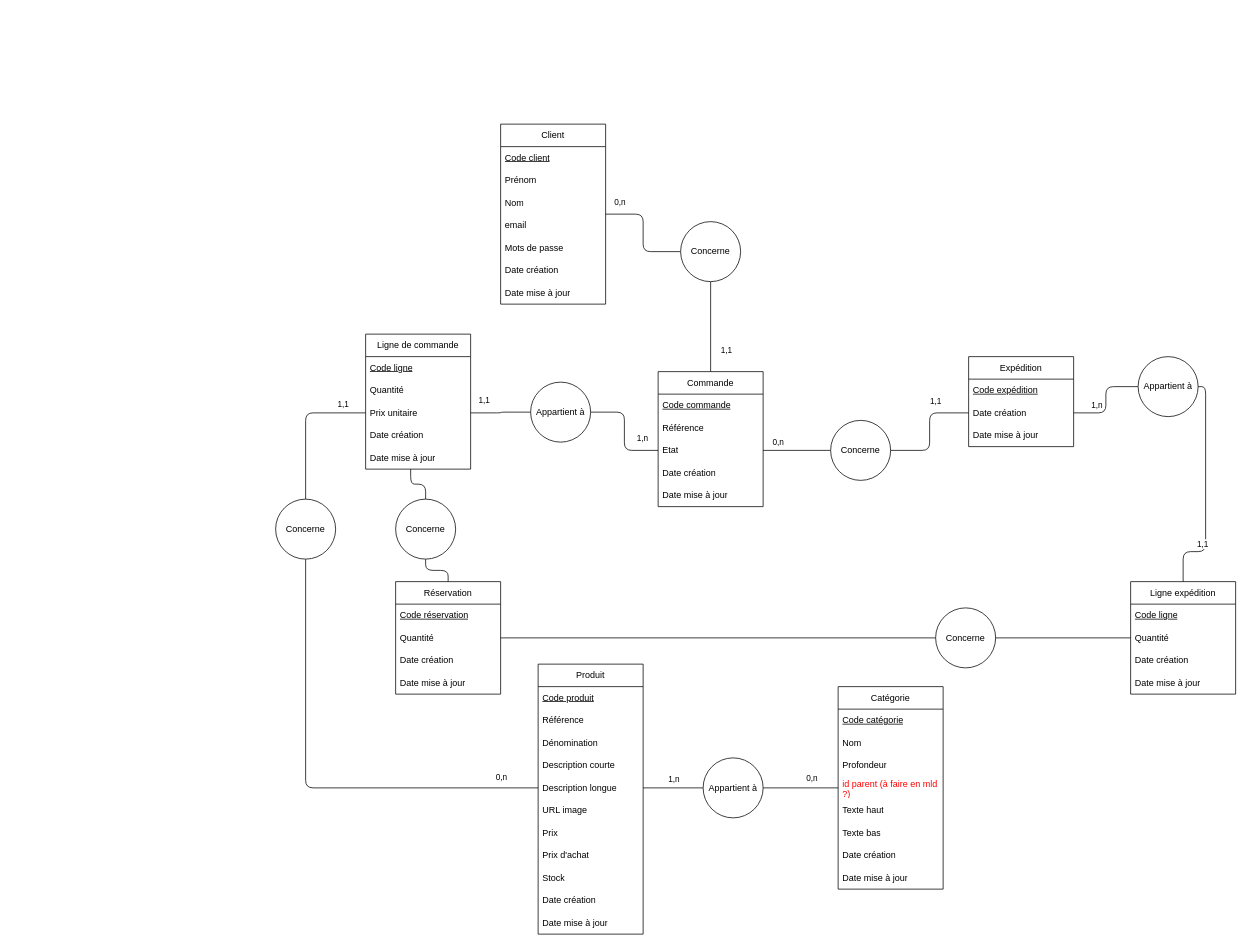
Romain-NAVARRO-83/Grid-Commerce keeps this draw.io diagram as doc/mcd.drawio. Above is the earlier version. Source tidied: cells renumbered, new cells numbered last; positions are measured from the earlier drawing's top-left corner, leaving out a move shared by most shapes. Both pictures are drawn from the tidied source at 75%, with x=0, y=0 at pixel (275, 124).
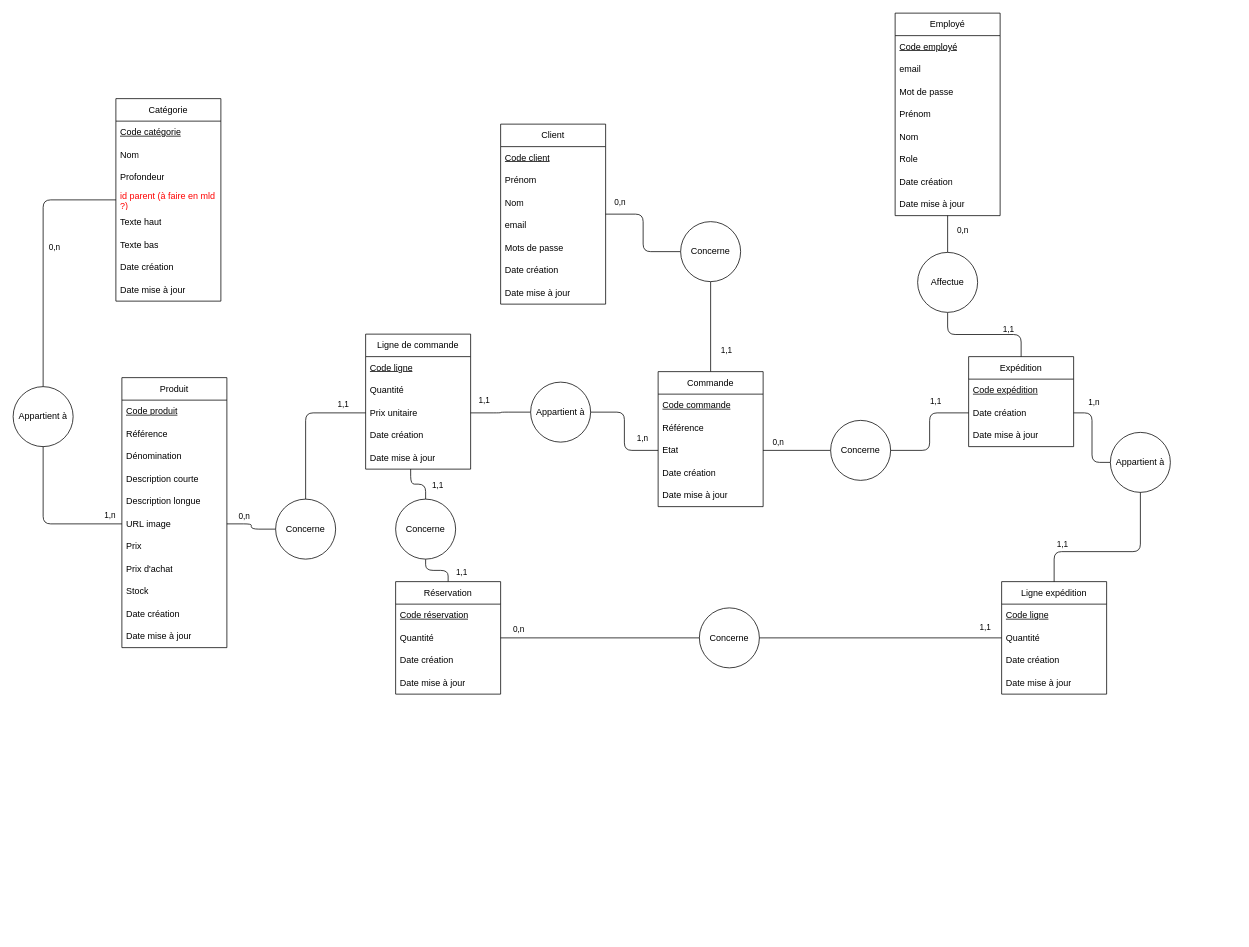
The same diagram, later.

Unchanged cells that the change refers to:
```xml
<mxCell id="7" value="Description longue" style="text;strokeColor=none;fillColor=none;align=left;verticalAlign=middle;spacingLeft=4;spacingRight=4;overflow=hidden;points=[[0,0.5],[1,0.5]];portConstraint=eastwest;whiteSpace=wrap;html=1;" parent="2" vertex="1">
  <mxGeometry y="150" width="140" height="30" as="geometry" />
</mxCell>
<mxCell id="8" value="URL image" style="text;strokeColor=none;fillColor=none;align=left;verticalAlign=middle;spacingLeft=4;spacingRight=4;overflow=hidden;points=[[0,0.5],[1,0.5]];portConstraint=eastwest;whiteSpace=wrap;html=1;" parent="2" vertex="1">
  <mxGeometry y="180" width="140" height="30" as="geometry" />
</mxCell>
<mxCell id="47" value="Expédition" style="swimlane;fontStyle=0;horizontal=1;startSize=30;whiteSpace=wrap;html=1;" parent="1" vertex="1">
  <mxGeometry x="924" y="310" width="140" height="120" as="geometry" />
</mxCell>
<mxCell id="61" style="edgeStyle=orthogonalEdgeStyle;html=1;exitX=0;exitY=0.5;exitDx=0;exitDy=0;entryX=1;entryY=0.5;entryDx=0;entryDy=0;endArrow=none;endFill=0;" parent="1" edge="1" source="63" target="49">
  <mxGeometry relative="1" as="geometry" />
</mxCell>
<mxCell id="79" value="Concerne" style="ellipse;whiteSpace=wrap;html=1;" parent="1" vertex="1">
  <mxGeometry y="500" width="80" height="80" as="geometry" />
</mxCell>
<mxCell id="82" style="edgeStyle=orthogonalEdgeStyle;html=1;exitX=0.5;exitY=0;exitDx=0;exitDy=0;entryX=0.5;entryY=1;entryDx=0;entryDy=0;endArrow=none;endFill=0;" parent="1" edge="1" source="83" target="92">
  <mxGeometry relative="1" as="geometry" />
</mxCell>
<mxCell id="88" style="edgeStyle=orthogonalEdgeStyle;html=1;exitX=0;exitY=0.5;exitDx=0;exitDy=0;entryX=1;entryY=0.5;entryDx=0;entryDy=0;endArrow=none;endFill=0;" parent="1" edge="1" source="89" target="85">
  <mxGeometry relative="1" as="geometry" />
</mxCell>
<mxCell id="90" style="edgeStyle=orthogonalEdgeStyle;html=1;exitX=0;exitY=0.5;exitDx=0;exitDy=0;entryX=1;entryY=0.5;entryDx=0;entryDy=0;endArrow=none;endFill=0;" parent="1" edge="1" source="53" target="89">
  <mxGeometry relative="1" as="geometry" />
</mxCell>
<mxCell id="91" style="edgeStyle=orthogonalEdgeStyle;html=1;exitX=0.5;exitY=0;exitDx=0;exitDy=0;entryX=0.429;entryY=1;entryDx=0;entryDy=0;entryPerimeter=0;endArrow=none;endFill=0;" parent="1" edge="1" source="92" target="46">
  <mxGeometry relative="1" as="geometry" />
</mxCell>
```

Diff of the diagram source:
```diff
@@
     <mxCell id="2" value="Produit" style="swimlane;fontStyle=0;horizontal=1;startSize=30;whiteSpace=wrap;html=1;" parent="1" vertex="1">
-      <mxGeometry x="350" y="720" width="140" height="360" as="geometry" />
+      <mxGeometry x="-205" y="338" width="140" height="360" as="geometry" />
     </mxCell>
@@
     <mxCell id="16" value="Catégorie" style="swimlane;fontStyle=0;horizontal=1;startSize=30;whiteSpace=wrap;html=1;" parent="1" vertex="1">
-      <mxGeometry x="750" y="750" width="140" height="270" as="geometry" />
+      <mxGeometry x="-213" y="-34" width="140" height="270" as="geometry" />
     </mxCell>
@@
     <mxCell id="51" value="Ligne expédition" style="swimlane;fontStyle=0;horizontal=1;startSize=30;whiteSpace=wrap;html=1;" parent="1" vertex="1">
-      <mxGeometry x="1140" y="610" width="140" height="150" as="geometry" />
+      <mxGeometry x="968" y="610" width="140" height="150" as="geometry" />
     </mxCell>
@@
     <mxCell id="62" value="1,n" style="edgeLabel;html=1;align=center;verticalAlign=middle;" parent="61" vertex="1">
       <mxGeometry x="0.5" y="-2" relative="1" as="geometry">
-        <mxPoint y="-9" as="offset" />
+        <mxPoint y="-19" as="offset" />
       </mxGeometry>
     </mxCell>
     <mxCell id="63" value="Appartient à" style="ellipse;whiteSpace=wrap;html=1;fontStyle=0;startSize=30;" parent="1" vertex="1">
-      <mxGeometry x="1150" y="310" width="80" height="80" as="geometry" />
+      <mxGeometry x="1113" y="411" width="80" height="80" as="geometry" />
     </mxCell>
@@
-    <mxCell id="69" style="edgeStyle=orthogonalEdgeStyle;html=1;entryX=1;entryY=0.5;entryDx=0;entryDy=0;endArrow=none;endFill=0;exitX=0.5;exitY=0;exitDx=0;exitDy=0;" parent="1" edge="1" source="51" target="63">
+    <mxCell id="69" style="edgeStyle=orthogonalEdgeStyle;html=1;endArrow=none;endFill=0;exitX=0.5;exitY=0;exitDx=0;exitDy=0;entryX=0.5;entryY=1;entryDx=0;entryDy=0;" parent="1" edge="1" source="51" target="63">
       <mxGeometry relative="1" as="geometry">
         <Array as="points">
-          <mxPoint x="1210" y="570" />
-          <mxPoint x="1240" y="570" />
-          <mxPoint x="1240" y="350" />
+          <mxPoint x="1038" y="570" />
+          <mxPoint x="1153" y="570" />
         </Array>
       </mxGeometry>
     </mxCell>
@@
-    <mxCell id="71" style="edgeStyle=orthogonalEdgeStyle;html=1;exitX=0;exitY=0.5;exitDx=0;exitDy=0;endArrow=none;endFill=0;" parent="1" edge="1" source="73">
-      <mxGeometry relative="1" as="geometry">
-        <mxPoint x="490" y="885" as="targetPoint" />
-      </mxGeometry>
-    </mxCell>
-    <mxCell id="72" value="1,n" style="edgeLabel;html=1;align=center;verticalAlign=middle;" parent="71" vertex="1">
-      <mxGeometry relative="1" as="geometry">
-        <mxPoint y="-12" as="offset" />
-      </mxGeometry>
-    </mxCell>
     <mxCell id="73" value="Appartient à" style="ellipse;whiteSpace=wrap;html=1;fontStyle=0;startSize=30;" parent="1" vertex="1">
-      <mxGeometry x="570" y="845" width="80" height="80" as="geometry" />
+      <mxGeometry x="-350" y="350" width="80" height="80" as="geometry" />
     </mxCell>
@@
-    <mxCell id="77" style="edgeStyle=orthogonalEdgeStyle;html=1;exitX=0.5;exitY=1;exitDx=0;exitDy=0;entryX=0;entryY=0.5;entryDx=0;entryDy=0;endArrow=none;endFill=0;" parent="1" edge="1" source="79" target="7">
-      <mxGeometry relative="1" as="geometry" />
-    </mxCell>
-    <mxCell id="78" value="0,n" style="edgeLabel;html=1;align=center;verticalAlign=middle;" parent="77" vertex="1">
-      <mxGeometry x="0.79" relative="1" as="geometry">
-        <mxPoint x="15" y="-15" as="offset" />
-      </mxGeometry>
-    </mxCell>
+    <mxCell id="93" style="edgeStyle=orthogonalEdgeStyle;html=1;exitX=0;exitY=0.5;exitDx=0;exitDy=0;entryX=1;entryY=0.5;entryDx=0;entryDy=0;endArrow=none;endFill=0;" parent="1" edge="1" source="79" target="8">
+      <mxGeometry relative="1" as="geometry" />
+    </mxCell>
+    <mxCell id="94" value="0,n" style="edgeLabel;html=1;align=center;verticalAlign=middle;" parent="93" vertex="1">
+      <mxGeometry x="0.34" y="3" relative="1" as="geometry">
+        <mxPoint x="-2" y="-14" as="offset" />
+      </mxGeometry>
+    </mxCell>
@@
+    <mxCell id="95" value="1,1" style="edgeLabel;html=1;align=center;verticalAlign=middle;" parent="82" vertex="1">
+      <mxGeometry x="-0.43" y="2" relative="1" as="geometry">
+        <mxPoint x="19" as="offset" />
+      </mxGeometry>
+    </mxCell>
@@
+    <mxCell id="96" value="0,n" style="edgeLabel;html=1;align=center;verticalAlign=middle;" parent="88" vertex="1">
+      <mxGeometry x="0.34" y="-4" relative="1" as="geometry">
+        <mxPoint x="-64" y="-9" as="offset" />
+      </mxGeometry>
+    </mxCell>
     <mxCell id="89" value="Concerne" style="ellipse;whiteSpace=wrap;html=1;" parent="1" vertex="1">
-      <mxGeometry x="880" y="645" width="80" height="80" as="geometry" />
+      <mxGeometry x="565" y="645" width="80" height="80" as="geometry" />
     </mxCell>
@@
+    <mxCell id="97" value="1,1" style="edgeLabel;html=1;align=center;verticalAlign=middle;" parent="90" vertex="1">
+      <mxGeometry x="-0.72" y="2" relative="1" as="geometry">
+        <mxPoint x="22" y="-17" as="offset" />
+      </mxGeometry>
+    </mxCell>
@@
+    <mxCell id="98" value="1,1" style="edgeLabel;html=1;align=center;verticalAlign=middle;" parent="91" vertex="1">
+      <mxGeometry x="-0.27" y="1" relative="1" as="geometry">
+        <mxPoint x="17" as="offset" />
+      </mxGeometry>
+    </mxCell>
@@
+    <mxCell id="99" style="edgeStyle=orthogonalEdgeStyle;html=1;endArrow=none;endFill=0;" parent="1" edge="1" source="101" target="112">
+      <mxGeometry relative="1" as="geometry" />
+    </mxCell>
+    <mxCell id="100" value="0,n" style="edgeLabel;html=1;align=center;verticalAlign=middle;" parent="99" vertex="1">
+      <mxGeometry x="-0.25" relative="1" as="geometry">
+        <mxPoint x="19" as="offset" />
+      </mxGeometry>
+    </mxCell>
+    <mxCell id="101" value="Employé" style="swimlane;fontStyle=0;horizontal=1;startSize=30;whiteSpace=wrap;html=1;" parent="1" vertex="1">
+      <mxGeometry x="826" y="-148" width="140" height="270" as="geometry" />
+    </mxCell>
+    <mxCell id="102" value="&lt;u&gt;Code employé&lt;/u&gt;" style="text;strokeColor=none;fillColor=none;align=left;verticalAlign=middle;spacingLeft=4;spacingRight=4;overflow=hidden;whiteSpace=wrap;html=1;" parent="101" vertex="1">
+      <mxGeometry y="30" width="140" height="30" as="geometry" />
+    </mxCell>
+    <mxCell id="103" value="email" style="text;strokeColor=none;fillColor=none;align=left;verticalAlign=middle;spacingLeft=4;spacingRight=4;overflow=hidden;whiteSpace=wrap;html=1;" parent="101" vertex="1">
+      <mxGeometry y="60" width="140" height="30" as="geometry" />
+    </mxCell>
+    <mxCell id="104" value="Mot de passe" style="text;strokeColor=none;fillColor=none;align=left;verticalAlign=middle;spacingLeft=4;spacingRight=4;overflow=hidden;whiteSpace=wrap;html=1;" parent="101" vertex="1">
+      <mxGeometry y="90" width="140" height="30" as="geometry" />
+    </mxCell>
+    <mxCell id="105" value="Prénom" style="text;strokeColor=none;fillColor=none;align=left;verticalAlign=middle;spacingLeft=4;spacingRight=4;overflow=hidden;whiteSpace=wrap;html=1;" parent="101" vertex="1">
+      <mxGeometry y="120" width="140" height="30" as="geometry" />
+    </mxCell>
+    <mxCell id="106" value="Nom" style="text;strokeColor=none;fillColor=none;align=left;verticalAlign=middle;spacingLeft=4;spacingRight=4;overflow=hidden;whiteSpace=wrap;html=1;" parent="101" vertex="1">
+      <mxGeometry y="150" width="140" height="30" as="geometry" />
+    </mxCell>
+    <mxCell id="107" value="Role" style="text;strokeColor=none;fillColor=none;align=left;verticalAlign=middle;spacingLeft=4;spacingRight=4;overflow=hidden;whiteSpace=wrap;html=1;" parent="101" vertex="1">
+      <mxGeometry y="180" width="140" height="30" as="geometry" />
+    </mxCell>
+    <mxCell id="108" value="Date création" style="text;strokeColor=none;fillColor=none;align=left;verticalAlign=middle;spacingLeft=4;spacingRight=4;overflow=hidden;whiteSpace=wrap;html=1;" parent="101" vertex="1">
+      <mxGeometry y="210" width="140" height="30" as="geometry" />
+    </mxCell>
+    <mxCell id="109" value="Date mise à jour" style="text;strokeColor=none;fillColor=none;align=left;verticalAlign=middle;spacingLeft=4;spacingRight=4;overflow=hidden;whiteSpace=wrap;html=1;" parent="101" vertex="1">
+      <mxGeometry y="240" width="140" height="30" as="geometry" />
+    </mxCell>
+    <mxCell id="110" style="edgeStyle=orthogonalEdgeStyle;html=1;exitX=0.5;exitY=1;exitDx=0;exitDy=0;entryX=0.5;entryY=0;entryDx=0;entryDy=0;endArrow=none;endFill=0;" parent="1" edge="1" source="112" target="47">
+      <mxGeometry relative="1" as="geometry" />
+    </mxCell>
+    <mxCell id="111" value="1,1" style="edgeLabel;html=1;align=center;verticalAlign=middle;" parent="110" vertex="1">
+      <mxGeometry x="0.39" y="1" relative="1" as="geometry">
+        <mxPoint x="1" y="-7" as="offset" />
+      </mxGeometry>
+    </mxCell>
+    <mxCell id="112" value="Affectue" style="ellipse;whiteSpace=wrap;html=1;fontStyle=0;startSize=30;" parent="1" vertex="1">
+      <mxGeometry x="856" y="171" width="80" height="80" as="geometry" />
+    </mxCell>
+    <mxCell id="113" style="edgeStyle=orthogonalEdgeStyle;html=1;exitX=0;exitY=0.5;exitDx=0;exitDy=0;entryX=0.5;entryY=1;entryDx=0;entryDy=0;endArrow=none;endFill=0;" parent="1" edge="1" source="8" target="73">
+      <mxGeometry relative="1" as="geometry" />
+    </mxCell>
+    <mxCell id="72" value="1,n" style="edgeLabel;html=1;align=center;verticalAlign=middle;" parent="113" vertex="1">
+      <mxGeometry x="-0.84" y="-1" relative="1" as="geometry">
+        <mxPoint y="-11" as="offset" />
+      </mxGeometry>
+    </mxCell>
```
